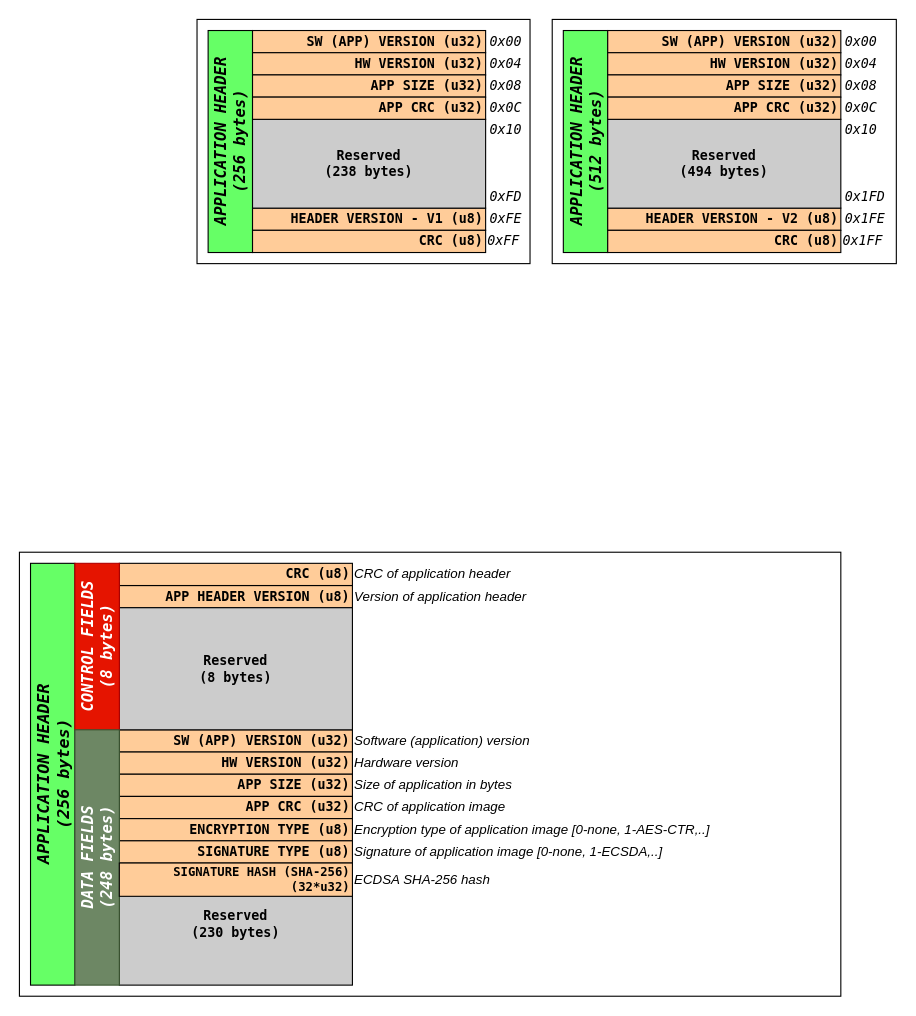
This is doc/Revision_drawings.drawio from GeneralEmbeddedCLibraries/revision, a draw.io file, before an edit. Source tidied: cells renumbered, new cells numbered last; positions are measured from the earlier drawing's top-left corner, leaving out a move shared by most shapes. Both pictures are drawn from the tidied source at 111%, with x=0, y=0 at pixel (19, 19).
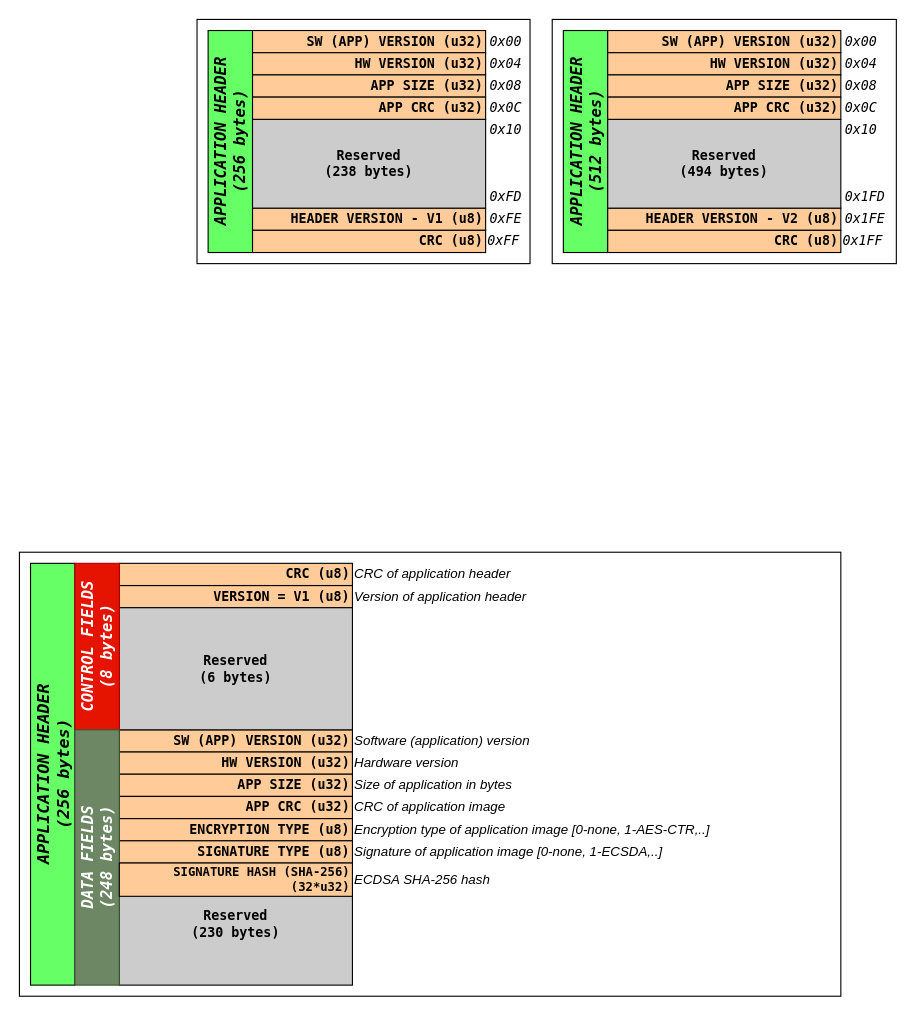
Above is the later version.

Change to the diagram source:
```diff
@@
-    <mxCell id="38" value="APP HEADER VERSION (u8)" style="rounded=0;whiteSpace=wrap;html=1;strokeWidth=1;fontFamily=Lucida Console;fillColor=#FFCC99;fontStyle=1;align=right;" parent="1" vertex="1">
+    <mxCell id="38" value="VERSION = V1 (u8)" style="rounded=0;whiteSpace=wrap;html=1;strokeWidth=1;fontFamily=Lucida Console;fillColor=#FFCC99;fontStyle=1;align=right;" parent="1" vertex="1">
       <mxGeometry x="90" y="510" width="210" height="20" as="geometry" />
     </mxCell>
@@
-    <mxCell id="47" value="Reserved&lt;br&gt;(8 bytes)" style="rounded=0;whiteSpace=wrap;html=1;strokeWidth=1;fontFamily=Lucida Console;fillColor=#CCCCCC;fontStyle=1;" parent="1" vertex="1">
+    <mxCell id="47" value="Reserved&lt;br&gt;(6 bytes)" style="rounded=0;whiteSpace=wrap;html=1;strokeWidth=1;fontFamily=Lucida Console;fillColor=#CCCCCC;fontStyle=1;" parent="1" vertex="1">
       <mxGeometry x="90" y="530" width="210" height="110" as="geometry" />
     </mxCell>
```
